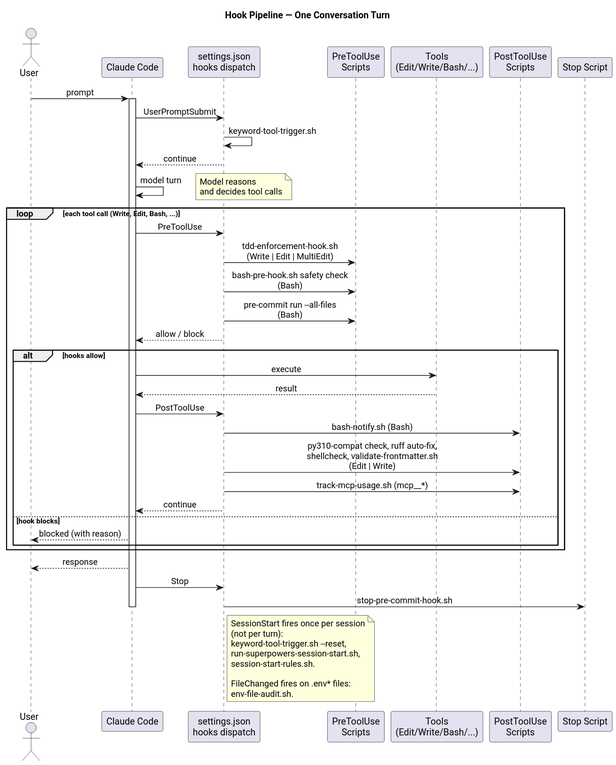
Before: docs/architecture/diagrams/hook_pipeline.svg, a diagram exported from PlantUML (ByronWilliamsCPA/.claude).
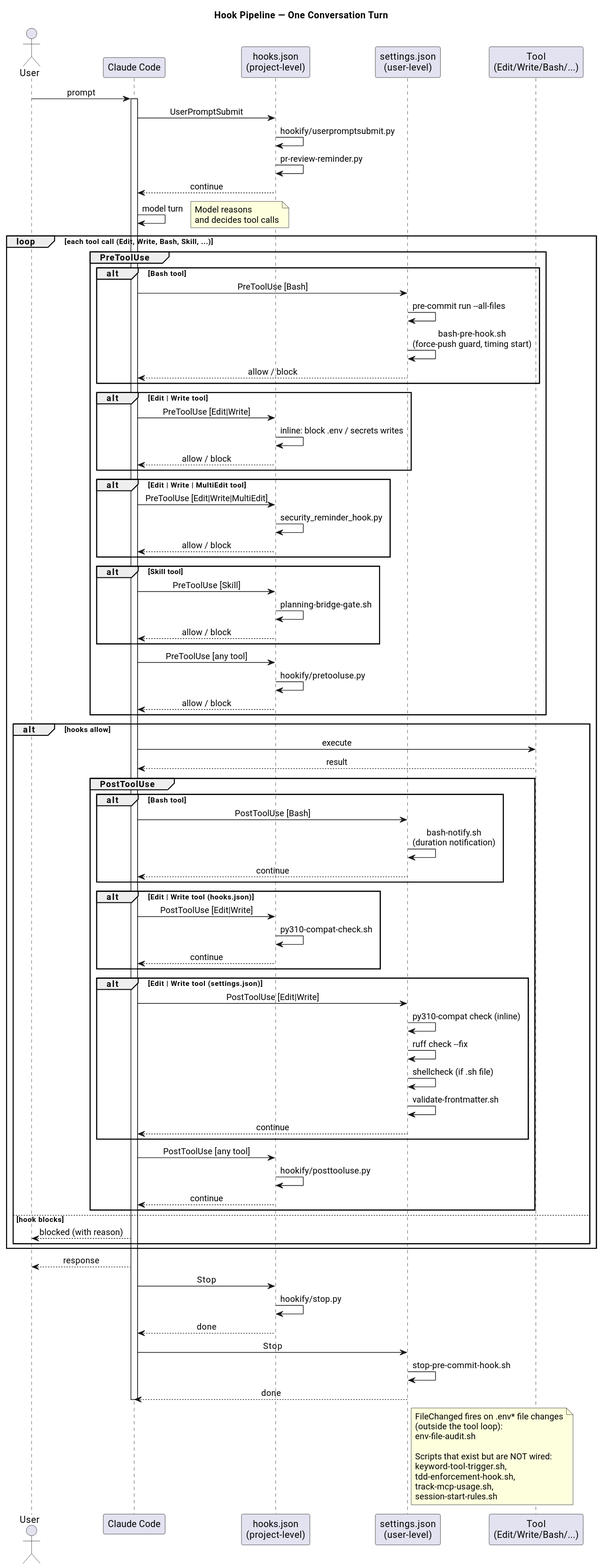
Above is the later version.

Commit message:
docs(diagram): rewrite hook_pipeline.puml to match actual configuration

Diff of the diagram source:
```diff
@@ -8,55 +8,110 @@
 
 actor User
 participant "Claude Code" as CC
-participant "settings.json\nhooks dispatch" as Hooks
-participant "PreToolUse\nScripts" as Pre
-participant "Tools\n(Edit/Write/Bash/...)" as Tools
-participant "PostToolUse\nScripts" as Post
-participant "Stop Script" as Stop
+participant "hooks.json\n(project-level)" as HJ
+participant "settings.json\n(user-level)" as SJ
+participant "Tool\n(Edit/Write/Bash/...)" as Tool
 
 User -> CC : prompt
 activate CC
 
-CC -> Hooks : UserPromptSubmit
-Hooks -> Hooks : keyword-tool-trigger.sh
-Hooks --> CC : continue
+CC -> HJ : UserPromptSubmit
+HJ -> HJ : hookify/userpromptsubmit.py
+HJ -> HJ : pr-review-reminder.py
+HJ --> CC : continue
 
 CC -> CC : model turn
 note right : Model reasons\nand decides tool calls
 
-loop each tool call (Write, Edit, Bash, ...)
-  CC -> Hooks : PreToolUse
-  Hooks -> Pre : tdd-enforcement-hook.sh\n(Write | Edit | MultiEdit)
-  Hooks -> Pre : bash-pre-hook.sh safety check\n(Bash)
-  Hooks -> Pre : pre-commit run --all-files\n(Bash)
-  Hooks --> CC : allow / block
+loop each tool call (Edit, Write, Bash, Skill, ...)
+
+  group PreToolUse
+    alt Bash tool
+      CC -> SJ : PreToolUse [Bash]
+      SJ -> SJ : pre-commit run --all-files
+      SJ -> SJ : bash-pre-hook.sh\n(force-push guard, timing start)
+      SJ --> CC : allow / block
+    end
+
+    alt Edit | Write tool
+      CC -> HJ : PreToolUse [Edit|Write]
+      HJ -> HJ : inline: block .env / secrets writes
+      HJ --> CC : allow / block
+    end
+
+    alt Edit | Write | MultiEdit tool
+      CC -> HJ : PreToolUse [Edit|Write|MultiEdit]
+      HJ -> HJ : security_reminder_hook.py
+      HJ --> CC : allow / block
+    end
+
+    alt Skill tool
+      CC -> HJ : PreToolUse [Skill]
+      HJ -> HJ : planning-bridge-gate.sh
+      HJ --> CC : allow / block
+    end
+
+    CC -> HJ : PreToolUse [any tool]
+    HJ -> HJ : hookify/pretooluse.py
+    HJ --> CC : allow / block
+  end
 
   alt hooks allow
-    CC -> Tools : execute
-    Tools --> CC : result
-    CC -> Hooks : PostToolUse
-    Hooks -> Post : bash-notify.sh (Bash)
-    Hooks -> Post : py310-compat check, ruff auto-fix,\nshellcheck, validate-frontmatter.sh\n(Edit | Write)
-    Hooks -> Post : track-mcp-usage.sh (mcp__*)
-    Hooks --> CC : continue
+    CC -> Tool : execute
+    Tool --> CC : result
+
+    group PostToolUse
+      alt Bash tool
+        CC -> SJ : PostToolUse [Bash]
+        SJ -> SJ : bash-notify.sh\n(duration notification)
+        SJ --> CC : continue
+      end
+
+      alt Edit | Write tool (hooks.json)
+        CC -> HJ : PostToolUse [Edit|Write]
+        HJ -> HJ : py310-compat-check.sh
+        HJ --> CC : continue
+      end
+
+      alt Edit | Write tool (settings.json)
+        CC -> SJ : PostToolUse [Edit|Write]
+        SJ -> SJ : py310-compat check (inline)
+        SJ -> SJ : ruff check --fix
+        SJ -> SJ : shellcheck (if .sh file)
+        SJ -> SJ : validate-frontmatter.sh
+        SJ --> CC : continue
+      end
+
+      CC -> HJ : PostToolUse [any tool]
+      HJ -> HJ : hookify/posttooluse.py
+      HJ --> CC : continue
+    end
+
   else hook blocks
     CC --> User : blocked (with reason)
   end
+
 end
 
 CC --> User : response
-CC -> Hooks : Stop
-Hooks -> Stop : stop-pre-commit-hook.sh
+
+CC -> HJ : Stop
+HJ -> HJ : hookify/stop.py
+HJ --> CC : done
+CC -> SJ : Stop
+SJ -> SJ : stop-pre-commit-hook.sh
+SJ --> CC : done
 deactivate CC
 
-note right of Hooks
-  SessionStart fires once per session
-  (not per turn):
-  keyword-tool-trigger.sh --reset,
-  run-superpowers-session-start.sh,
-  session-start-rules.sh.
+note right of SJ
+  FileChanged fires on .env* file changes
+  (outside the tool loop):
+  env-file-audit.sh
 
-  FileChanged fires on .env* files:
-  env-file-audit.sh.
+  Scripts that exist but are NOT wired:
+  keyword-tool-trigger.sh,
+  tdd-enforcement-hook.sh,
+  track-mcp-usage.sh,
+  session-start-rules.sh
 end note
 @enduml
```
